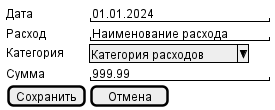
Before: readme.png/cost.png, a diagram exported from PlantUML (kirillow66/COSTS).
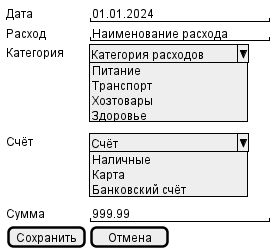
After the change.

Change to the diagram source:
```diff
@@ -2,7 +2,15 @@
 {
   Дата      | "01.01.2024            "
   Расход    | "Наименование расхода  "
-  Категория | ^Категория расходов^
+  Категория | ^Категория расходов^ Питание^ Транспорт^ Хозтовары^ Здоровье^
+  .
+  .
+  .
+  .
+  Счёт      | ^Счёт              ^ Наличные^ Карта^ Банковский счёт^
+  .
+  .
+  .
   Сумма     | "999.99                "
   [Сохранить] | [ Отмена  ]
 }
```
